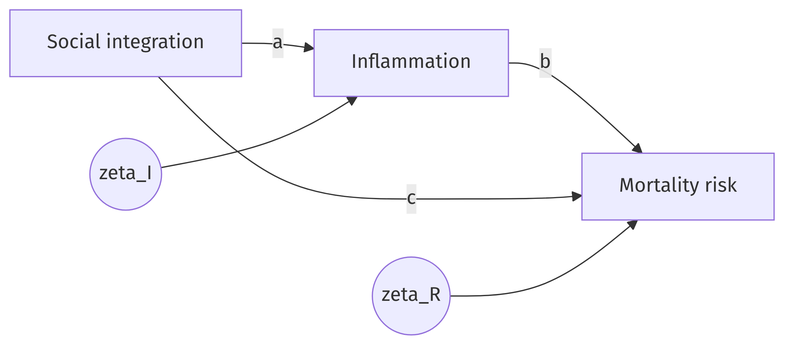
This is diagrams/yang.png from daob/stads-book, a Mermaid export, as it was before one commit. Its source is kept beside it as diagrams/yang.mmd.
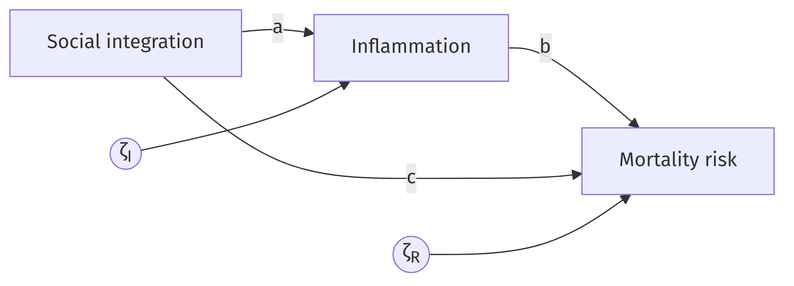
After the commit.

The edit, as a diff of the source:
```diff
@@ -2,5 +2,5 @@
   S[Social integration] -->|a| I[Inflammation]
   I -->|b| R[Mortality risk]
   S -->|c| R
-  zI((zeta_I)) --> I
-  zR((zeta_R)) --> R
+  zI((ζ<sub>I</sub>)) --> I
+  zR((ζ<sub>R</sub>)) --> R
```
